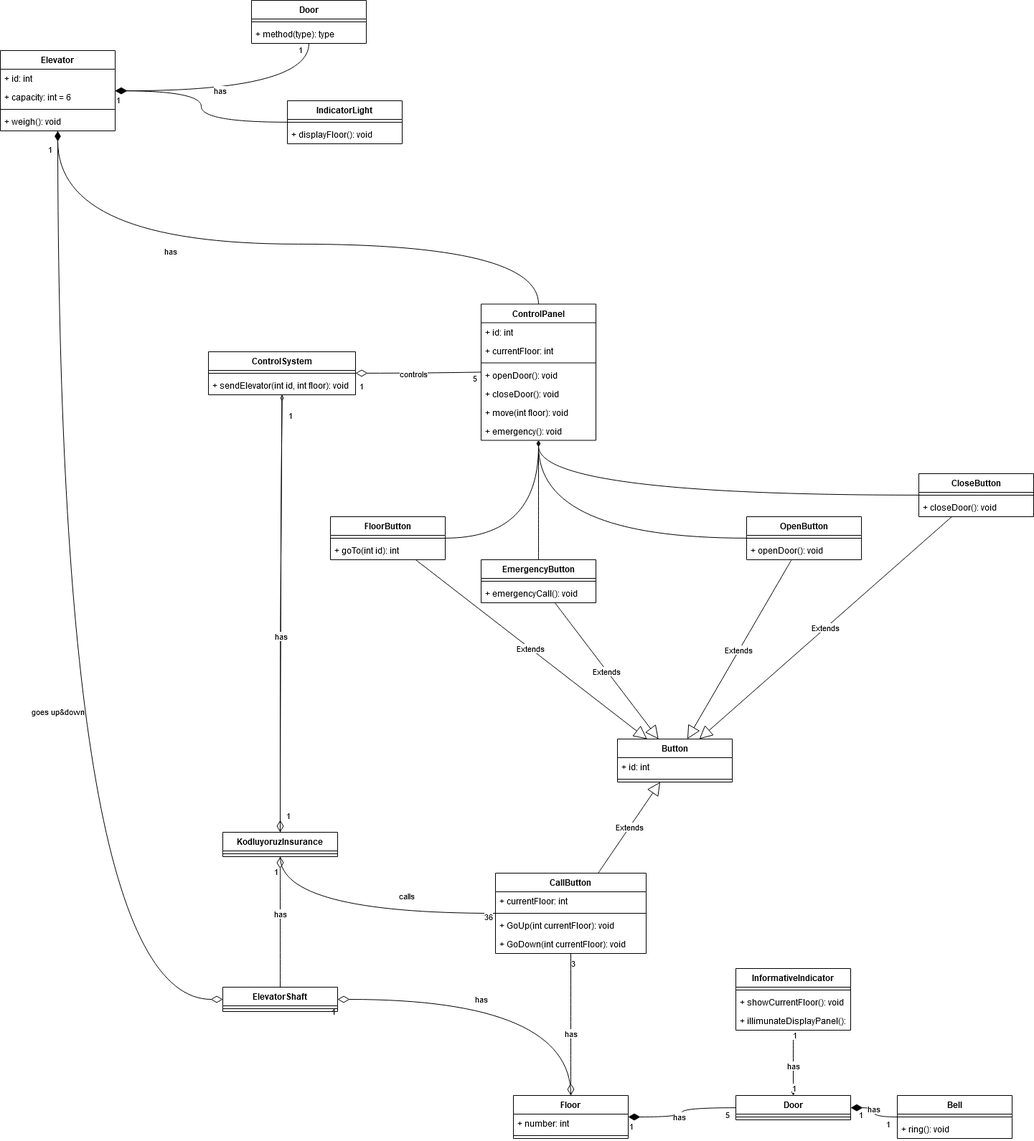
Before: ElevatorSimulation.drawio.png, a diagram exported from draw.io (gkhndktr/OOP). Source tidied: cells renumbered, new cells last; positions are measured from the earlier drawing's top-left corner, leaving out a move shared by most shapes.
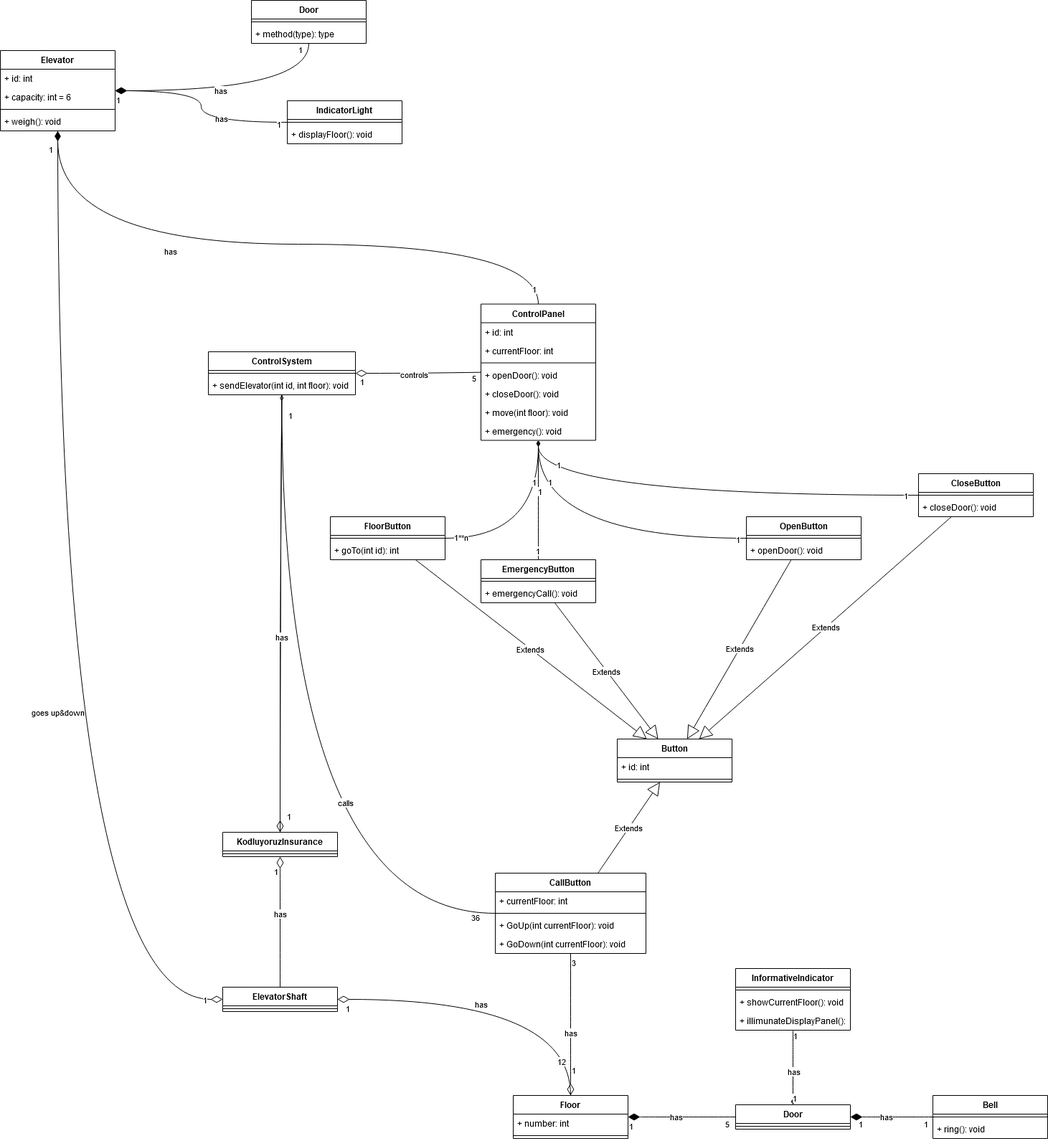
Later version of the same file.

Change to the diagram source:
```diff
@@ -42,6 +42,11 @@
         <mxPoint x="-11" y="-7" as="offset" />
       </mxGeometry>
     </mxCell>
+    <mxCell id="106" value="1" style="edgeLabel;html=1;align=center;verticalAlign=middle;" parent="10" vertex="1">
+      <mxGeometry x="-0.95" y="8" relative="1" as="geometry">
+        <mxPoint y="1" as="offset" />
+      </mxGeometry>
+    </mxCell>
     <mxCell id="13" value="Floor" style="swimlane;fontStyle=1;align=center;verticalAlign=top;horizontal=1;startSize=26;" parent="1" vertex="1">
       <mxGeometry x="715" y="1527" width="160" height="60" as="geometry" />
     </mxCell>
@@ -109,6 +114,12 @@
     <mxCell id="33" style="edgeStyle=orthogonalEdgeStyle;curved=1;rounded=0;jettySize=auto;html=1;startArrow=none;startFill=0;endArrow=diamondThin;endFill=1;" parent="1" edge="1" source="34" target="22">
       <mxGeometry relative="1" as="geometry" />
     </mxCell>
+    <mxCell id="107" value="1**n" style="edgeLabel;html=1;align=center;verticalAlign=middle;" parent="33" vertex="1">
+      <mxGeometry x="-0.86" y="3" relative="1" as="geometry" />
+    </mxCell>
+    <mxCell id="108" value="1" style="edgeLabel;html=1;align=center;verticalAlign=middle;" parent="33" vertex="1">
+      <mxGeometry x="0.57" y="8" relative="1" as="geometry" />
+    </mxCell>
     <mxCell id="34" value="FloorButton" style="swimlane;fontStyle=1;align=center;verticalAlign=top;horizontal=1;startSize=26;" parent="1" vertex="1">
       <mxGeometry x="460" y="720" width="160" height="60" as="geometry" />
     </mxCell>
@@ -121,6 +132,12 @@
     <mxCell id="37" style="edgeStyle=orthogonalEdgeStyle;curved=1;rounded=0;jettySize=auto;html=1;startArrow=none;startFill=0;endArrow=diamondThin;endFill=1;" parent="1" edge="1" source="38" target="22">
       <mxGeometry relative="1" as="geometry" />
     </mxCell>
+    <mxCell id="109" value="1" style="edgeLabel;html=1;align=center;verticalAlign=middle;" parent="37" vertex="1">
+      <mxGeometry x="0.74" y="-14" relative="1" as="geometry" />
+    </mxCell>
+    <mxCell id="110" value="1" style="edgeLabel;html=1;align=center;verticalAlign=middle;" parent="37" vertex="1">
+      <mxGeometry x="-0.94" relative="1" as="geometry" />
+    </mxCell>
     <mxCell id="38" value="OpenButton" style="swimlane;fontStyle=1;align=center;verticalAlign=top;horizontal=1;startSize=26;" parent="1" vertex="1">
       <mxGeometry x="1040" y="720" width="160" height="60" as="geometry" />
     </mxCell>
@@ -133,6 +150,12 @@
     <mxCell id="41" style="edgeStyle=orthogonalEdgeStyle;curved=1;rounded=0;jettySize=auto;html=1;startArrow=none;startFill=0;endArrow=diamondThin;endFill=1;" parent="1" edge="1" source="42" target="22">
       <mxGeometry relative="1" as="geometry" />
     </mxCell>
+    <mxCell id="111" value="1" style="edgeLabel;html=1;align=center;verticalAlign=middle;" parent="41" vertex="1">
+      <mxGeometry x="0.89" y="-26" relative="1" as="geometry" />
+    </mxCell>
+    <mxCell id="112" value="1" style="edgeLabel;html=1;align=center;verticalAlign=middle;" parent="41" vertex="1">
+      <mxGeometry x="-0.94" y="-1" relative="1" as="geometry" />
+    </mxCell>
     <mxCell id="42" value="CloseButton" style="swimlane;fontStyle=1;align=center;verticalAlign=top;horizontal=1;startSize=26;" parent="1" vertex="1">
       <mxGeometry x="1280" y="660" width="160" height="60" as="geometry" />
     </mxCell>
@@ -145,6 +168,12 @@
     <mxCell id="45" style="edgeStyle=orthogonalEdgeStyle;curved=1;rounded=0;jettySize=auto;html=1;startArrow=none;startFill=0;endArrow=diamondThin;endFill=1;" parent="1" edge="1" source="46" target="22">
       <mxGeometry relative="1" as="geometry" />
     </mxCell>
+    <mxCell id="113" value="1" style="edgeLabel;html=1;align=center;verticalAlign=middle;" parent="45" vertex="1">
+      <mxGeometry x="0.15" relative="1" as="geometry" />
+    </mxCell>
+    <mxCell id="114" value="1" style="edgeLabel;html=1;align=center;verticalAlign=middle;" parent="45" vertex="1">
+      <mxGeometry x="-0.83" y="3" relative="1" as="geometry" />
+    </mxCell>
     <mxCell id="46" value="EmergencyButton" style="swimlane;fontStyle=1;align=center;verticalAlign=top;horizontal=1;startSize=26;" parent="1" vertex="1">
       <mxGeometry x="670" y="780" width="160" height="60" as="geometry" />
     </mxCell>
@@ -161,13 +190,16 @@
       <mxGeometry y="26" width="160" height="8" as="geometry" />
     </mxCell>
     <mxCell id="51" value="has" style="endArrow=none;html=1;endSize=12;startArrow=diamondThin;startSize=14;startFill=0;edgeStyle=orthogonalEdgeStyle;rounded=0;endFill=0;curved=1;" parent="1" edge="1" source="49" target="13">
-      <mxGeometry x="-0.12" relative="1" as="geometry" />
+      <mxGeometry x="-0.13" y="-7" relative="1" as="geometry" />
     </mxCell>
     <mxCell id="52" value="1" style="edgeLabel;html=1;align=left;verticalAlign=top;labelBackgroundColor=none;" parent="51" vertex="1">
       <mxGeometry x="-1" relative="1" as="geometry">
-        <mxPoint x="-10" y="4" as="offset" />
+        <mxPoint x="10" as="offset" />
       </mxGeometry>
     </mxCell>
+    <mxCell id="115" value="12" style="edgeLabel;html=1;align=center;verticalAlign=middle;" parent="51" vertex="1">
+      <mxGeometry x="0.78" y="-15" relative="1" as="geometry" />
+    </mxCell>
     <mxCell id="53" value="has" style="endArrow=none;html=1;endSize=12;startArrow=diamondThin;startSize=14;startFill=1;edgeStyle=orthogonalEdgeStyle;rounded=0;endFill=0;curved=1;" parent="1" edge="1" source="2" target="19">
       <mxGeometry x="-0.12" relative="1" as="geometry" />
     </mxCell>
@@ -191,7 +223,7 @@
       </mxGeometry>
     </mxCell>
     <mxCell id="59" value="Bell" style="swimlane;fontStyle=1;align=center;verticalAlign=top;horizontal=1;startSize=26;" parent="1" vertex="1">
-      <mxGeometry x="1250" y="1527" width="160" height="60" as="geometry" />
+      <mxGeometry x="1300" y="1527" width="160" height="60" as="geometry" />
     </mxCell>
     <mxCell id="60" style="line;strokeWidth=1;fillColor=none;align=left;verticalAlign=middle;spacingTop=-1;spacingLeft=3;spacingRight=3;labelPosition=right;" parent="59" vertex="1">
       <mxGeometry y="26" width="160" height="8" as="geometry" />
@@ -247,18 +279,24 @@
     <mxCell id="77" value="3" style="edgeLabel;html=1;align=center;verticalAlign=middle;" parent="76" vertex="1">
       <mxGeometry x="0.88" y="-2" relative="1" as="geometry" />
     </mxCell>
+    <mxCell id="116" value="1" style="edgeLabel;html=1;align=center;verticalAlign=middle;" parent="76" vertex="1">
+      <mxGeometry x="-0.64" y="-2" relative="1" as="geometry" />
+    </mxCell>
     <mxCell id="78" value="goes up&amp;amp;down" style="endArrow=none;html=1;endSize=12;startArrow=diamondThin;startSize=14;startFill=0;edgeStyle=orthogonalEdgeStyle;rounded=0;endFill=0;curved=1;" parent="1" edge="1" source="49" target="2">
       <mxGeometry x="-0.12" relative="1" as="geometry" />
     </mxCell>
+    <mxCell id="117" value="1" style="edgeLabel;html=1;align=center;verticalAlign=middle;" parent="78" vertex="1">
+      <mxGeometry x="-0.96" y="-1" relative="1" as="geometry" />
+    </mxCell>
     <mxCell id="79" style="endArrow=none;html=1;edgeStyle=orthogonalEdgeStyle;rounded=0;startArrow=diamondThin;startFill=0;endSize=12;startSize=14;curved=1;" parent="1" edge="1" source="7" target="22">
       <mxGeometry relative="1" as="geometry" />
     </mxCell>
     <mxCell id="80" value="controls" style="edgeLabel;html=1;align=center;verticalAlign=middle;" parent="79" vertex="1">
       <mxGeometry x="-0.11" relative="1" as="geometry" />
     </mxCell>
-    <mxCell id="81" value="1" style="edgeLabel;html=1;align=center;verticalAlign=middle;" parent="79" vertex="1">
+    <mxCell id="81" value="1" style="edgeLabel;html=1;align=center;verticalAlign=middle;labelBackgroundColor=none;" parent="79" vertex="1">
       <mxGeometry x="-0.96" relative="1" as="geometry">
-        <mxPoint x="4" y="17" as="offset" />
+        <mxPoint x="4" y="10" as="offset" />
       </mxGeometry>
     </mxCell>
     <mxCell id="82" value="5" style="edgeLabel;html=1;align=center;verticalAlign=middle;" parent="79" vertex="1">
@@ -283,7 +321,7 @@
       </mxGeometry>
     </mxCell>
     <mxCell id="87" value="Door" style="swimlane;fontStyle=1;align=center;verticalAlign=top;horizontal=1;startSize=26;" parent="1" vertex="1">
-      <mxGeometry x="1025" y="1527" width="160" height="34" as="geometry" />
+      <mxGeometry x="1025" y="1540" width="160" height="34" as="geometry" />
     </mxCell>
     <mxCell id="88" style="line;strokeWidth=1;fillColor=none;align=left;verticalAlign=middle;spacingTop=-1;spacingLeft=3;spacingRight=3;labelPosition=right;" parent="87" vertex="1">
       <mxGeometry y="26" width="160" height="8" as="geometry" />
@@ -291,6 +329,12 @@
     <mxCell id="89" style="edgeStyle=orthogonalEdgeStyle;curved=1;rounded=0;jettySize=auto;html=1;startArrow=none;startFill=0;endArrow=diamondThin;endFill=1;" parent="1" edge="1" source="30" target="2">
       <mxGeometry relative="1" as="geometry" />
     </mxCell>
+    <mxCell id="118" value="has" style="edgeLabel;html=1;align=center;verticalAlign=middle;" parent="89" vertex="1">
+      <mxGeometry x="-0.34" y="-7" relative="1" as="geometry" />
+    </mxCell>
+    <mxCell id="119" value="1" style="edgeLabel;html=1;align=center;verticalAlign=middle;" parent="89" vertex="1">
+      <mxGeometry x="-0.9" y="1" relative="1" as="geometry" />
+    </mxCell>
     <mxCell id="90" value="has" style="endArrow=none;html=1;endSize=12;startArrow=diamondThin;startSize=14;startFill=1;edgeStyle=orthogonalEdgeStyle;rounded=0;endFill=0;curved=1;" parent="1" edge="1" source="87" target="59">
       <mxGeometry x="-0.12" relative="1" as="geometry" />
     </mxCell>
@@ -334,14 +378,14 @@
     <mxCell id="102" style="line;strokeWidth=1;fillColor=none;align=left;verticalAlign=middle;spacingTop=-1;spacingLeft=3;spacingRight=3;labelPosition=right;" parent="101" vertex="1">
       <mxGeometry y="26" width="160" height="8" as="geometry" />
     </mxCell>
-    <mxCell id="103" style="edgeStyle=orthogonalEdgeStyle;curved=1;rounded=0;jettySize=auto;html=1;startArrow=none;startFill=0;endArrow=none;endFill=0;" parent="1" edge="1" source="71" target="101">
+    <mxCell id="103" style="edgeStyle=orthogonalEdgeStyle;curved=1;rounded=0;jettySize=auto;html=1;startArrow=none;startFill=0;endArrow=none;endFill=0;" parent="1" edge="1" source="71" target="7">
       <mxGeometry relative="1" as="geometry" />
     </mxCell>
+    <mxCell id="105" value="36" style="edgeLabel;html=1;align=center;verticalAlign=middle;" parent="103" vertex="1">
+      <mxGeometry x="-0.94" y="4" relative="1" as="geometry" />
+    </mxCell>
     <mxCell id="104" value="calls" style="edgeLabel;html=1;align=center;verticalAlign=middle;" parent="103" vertex="1">
-      <mxGeometry x="-0.34" y="-25" relative="1" as="geometry" />
+      <mxGeometry x="-0.11" y="-87" relative="1" as="geometry" />
     </mxCell>
-    <mxCell id="105" value="36" style="edgeLabel;html=1;align=center;verticalAlign=middle;" parent="103" vertex="1">
-      <mxGeometry x="-0.94" y="4" relative="1" as="geometry" />
-    </mxCell>
   </root>
 </mxGraphModel>
```
